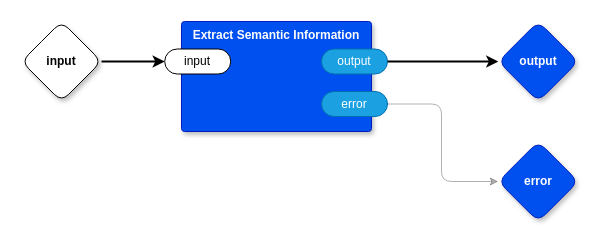
Above: page "main" (1 of 6) of top.drawio in guitarvydas/kinopio2md (draw.io), before the change. Source tidied: cells renumbered, new cells numbered last; positions are measured from the earlier drawing's top-left corner, leaving out a move shared by most shapes. Both pictures are drawn from the tidied source at 100%, with x=0, y=0 at pixel (21, 21).
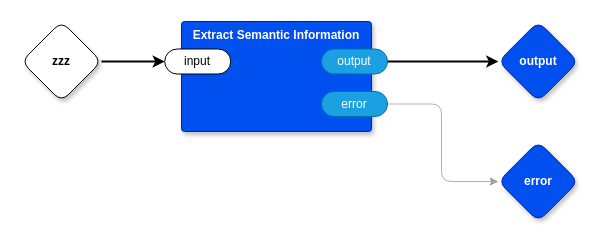
After the change.

Commit message (it also covers changes not shown here):
zzz input - input name mismatch - needs better debug info

What changed in the source:
```diff
@@
 <mxGraphModel>
   <root>
     <mxCell id="0" />
     <mxCell id="1" parent="0" />
     <mxCell id="2" style="edgeStyle=orthogonalEdgeStyle;shape=connector;rounded=1;jettySize=auto;html=1;exitX=1;exitY=0.5;exitDx=0;exitDy=0;exitPerimeter=0;entryX=0;entryY=0.5;entryDx=0;entryDy=0;entryPerimeter=0;labelBackgroundColor=default;strokeColor=default;fontFamily=Helvetica;fontSize=11;fontColor=default;endArrow=classic;strokeWidth=2;" parent="1" edge="1" source="3" target="6">
       <mxGeometry relative="1" as="geometry" />
     </mxCell>
-    <mxCell id="3" value="input" style="rhombus;whiteSpace=wrap;html=1;rounded=1;fontStyle=1;glass=0;sketch=0;fontSize=12;points=[[0,0.5,0,0,0],[0.5,0,0,0,0],[0.5,1,0,0,0],[1,0.5,0,0,0]];shadow=1;" parent="1" vertex="1">
+    <mxCell id="3" value="zzz" style="rhombus;whiteSpace=wrap;html=1;rounded=1;fontStyle=1;glass=0;sketch=0;fontSize=12;points=[[0,0.5,0,0,0],[0.5,0,0,0,0],[0.5,1,0,0,0],[1,0.5,0,0,0]];shadow=1;" parent="1" vertex="1">
       <mxGeometry width="80" height="80" as="geometry" />
     </mxCell>
     <mxCell id="4" value="output" style="rhombus;whiteSpace=wrap;html=1;rounded=1;fillColor=#0050ef;fontColor=#ffffff;strokeColor=#001DBC;fontStyle=1;glass=0;sketch=0;fontSize=12;points=[[0,0.5,0,0,0],[0.5,0,0,0,0],[0.5,1,0,0,0],[1,0.5,0,0,0]];shadow=1;" parent="1" vertex="1">
       <mxGeometry x="476.8" width="80" height="80" as="geometry" />
     </mxCell>
     <mxCell id="5" value="Extract Semantic Information" style="rounded=1;whiteSpace=wrap;html=1;sketch=0;verticalAlign=top;arcSize=6;fontStyle=1;absoluteArcSize=1;shadow=1;strokeColor=#001DBC;fillColor=#0050ef;fontColor=#ffffff;" parent="1" vertex="1">
       <mxGeometry x="160" width="190" height="110" as="geometry" />
     </mxCell>
     <mxCell id="6" value="input" style="rounded=1;whiteSpace=wrap;html=1;sketch=0;points=[[0,0.5,0,0,0],[1,0.5,0,0,0]];arcSize=50;" parent="5" vertex="1">
       <mxGeometry x="-16.8" y="27.5" width="66" height="25" as="geometry" />
     </mxCell>
     <mxCell id="7" value="error" style="rounded=1;whiteSpace=wrap;html=1;sketch=0;points=[[0,0.5,0,0,0],[1,0.5,0,0,0]];fillColor=#1ba1e2;fontColor=#ffffff;strokeColor=#006EAF;arcSize=50;" parent="5" vertex="1">
       <mxGeometry x="140" y="70" width="66" height="25" as="geometry" />
     </mxCell>
     <mxCell id="8" value="output" style="rounded=1;whiteSpace=wrap;html=1;sketch=0;points=[[0,0.5,0,0,0],[1,0.5,0,0,0]];fillColor=#1ba1e2;fontColor=#ffffff;strokeColor=#006EAF;arcSize=50;" parent="5" vertex="1">
       <mxGeometry x="140" y="27.5" width="66" height="25" as="geometry" />
     </mxCell>
     <mxCell id="9" value="error" style="rhombus;whiteSpace=wrap;html=1;rounded=1;fillColor=#0050ef;fontColor=#ffffff;strokeColor=#001DBC;fontStyle=1;glass=0;sketch=0;fontSize=12;points=[[0,0.5,0,0,0],[0.5,0,0,0,0],[0.5,1,0,0,0],[1,0.5,0,0,0]];shadow=1;" parent="1" vertex="1">
       <mxGeometry x="476.8" y="120" width="80" height="80" as="geometry" />
     </mxCell>
     <mxCell id="10" style="edgeStyle=orthogonalEdgeStyle;rounded=0;jettySize=auto;html=1;exitX=1;exitY=0.5;exitDx=0;exitDy=0;exitPerimeter=0;entryX=0;entryY=0.5;entryDx=0;entryDy=0;entryPerimeter=0;strokeWidth=2;" parent="1" edge="1" source="8" target="4">
       <mxGeometry relative="1" as="geometry">
         <Array as="points">
           <mxPoint x="400" y="40" />
           <mxPoint x="400" y="40" />
         </Array>
       </mxGeometry>
     </mxCell>
     <mxCell id="11" style="edgeStyle=orthogonalEdgeStyle;rounded=1;jettySize=auto;html=1;exitX=1;exitY=0.5;exitDx=0;exitDy=0;exitPerimeter=0;entryX=0;entryY=0.5;entryDx=0;entryDy=0;entryPerimeter=0;opacity=30;" parent="1" edge="1" source="7" target="9">
       <mxGeometry relative="1" as="geometry">
         <Array as="points">
           <mxPoint x="420" y="83" />
           <mxPoint x="420" y="160" />
         </Array>
       </mxGeometry>
     </mxCell>
   </root>
 </mxGraphModel>
```
